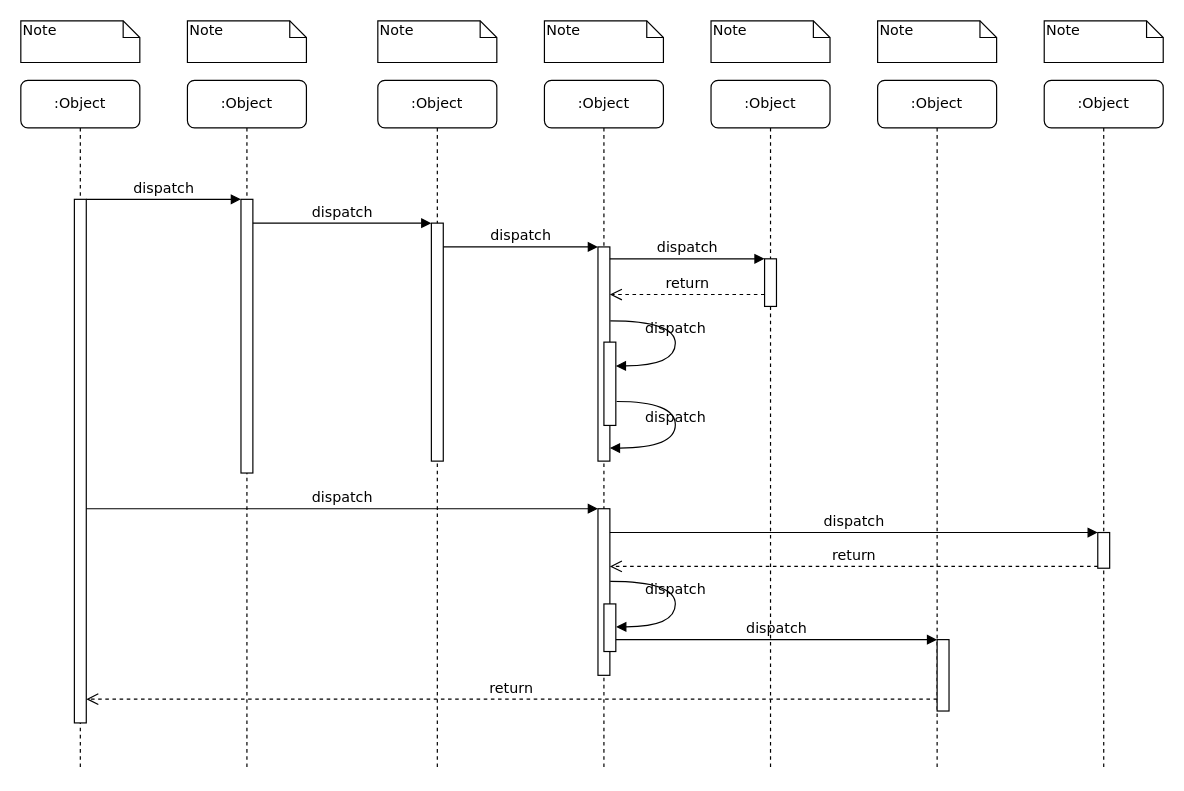
Earlier version of the draw.io diagram 交互时序图.drawio (liuhuliuhu123/First-test). Source tidied: cells renumbered, new cells numbered last; positions are measured from the earlier drawing's top-left corner, leaving out a move shared by most shapes. Both pictures are drawn from the tidied source at 119%, with x=0, y=0 at pixel (20, 20).
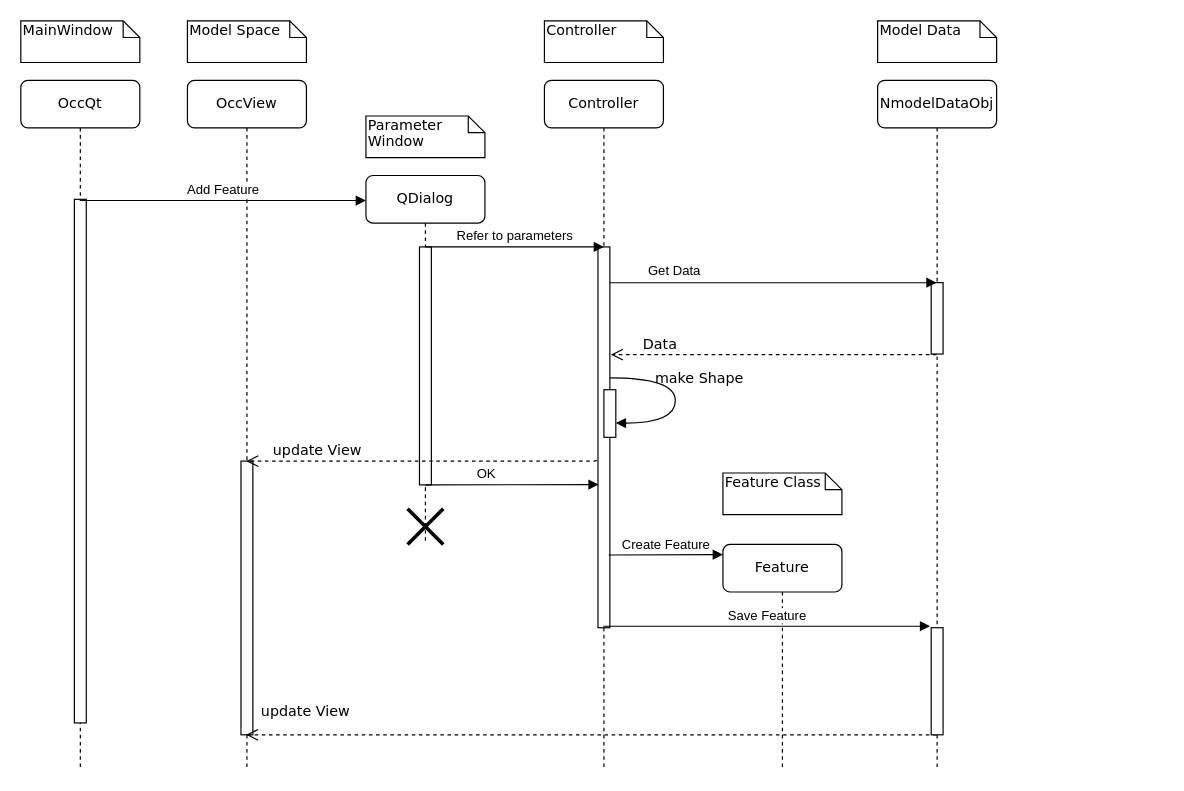
Above is the later version.

Commit message:
更新交互时序图.drawio

The change refers to these unchanged cells:
```xml
<mxCell id="11" style="html=1;points=[];perimeter=orthogonalPerimeter;rounded=0;shadow=0;comic=0;labelBackgroundColor=none;strokeWidth=1;fontFamily=Verdana;fontSize=12;align=center;" parent="10" vertex="1">
  <mxGeometry x="45" y="100" width="10" height="440" as="geometry" />
</mxCell>
```

Diff of the diagram source:
```diff
@@
-    <mxCell id="2" value=":Object" style="shape=umlLifeline;perimeter=lifelinePerimeter;whiteSpace=wrap;html=1;outlineConnect=0;rounded=1;shadow=0;comic=0;labelBackgroundColor=none;strokeWidth=1;fontFamily=Verdana;fontSize=12;align=center;" parent="1" vertex="1">
+    <mxCell id="2" value="OccView" style="shape=umlLifeline;perimeter=lifelinePerimeter;whiteSpace=wrap;html=1;outlineConnect=0;rounded=1;shadow=0;comic=0;labelBackgroundColor=none;strokeWidth=1;fontFamily=Verdana;fontSize=12;align=center;" parent="1" vertex="1">
       <mxGeometry x="140" y="50" width="100" height="580" as="geometry" />
     </mxCell>
     <mxCell id="3" style="html=1;points=[];perimeter=orthogonalPerimeter;rounded=0;shadow=0;comic=0;labelBackgroundColor=none;strokeWidth=1;fontFamily=Verdana;fontSize=12;align=center;" parent="2" vertex="1">
-      <mxGeometry x="45" y="100" width="10" height="230" as="geometry" />
+      <mxGeometry x="45" y="320" width="10" height="230" as="geometry" />
     </mxCell>
-    <mxCell id="4" value=":Object" style="shape=umlLifeline;perimeter=lifelinePerimeter;whiteSpace=wrap;html=1;rounded=1;shadow=0;comic=0;labelBackgroundColor=none;strokeWidth=1;fontFamily=Verdana;fontSize=12;align=center;" parent="1" vertex="1">
-      <mxGeometry x="300" y="50" width="100" height="580" as="geometry" />
+    <mxCell id="4" value="QDialog" style="shape=umlLifeline;perimeter=lifelinePerimeter;whiteSpace=wrap;html=1;rounded=1;shadow=0;comic=0;labelBackgroundColor=none;strokeWidth=1;fontFamily=Verdana;fontSize=12;align=center;" parent="1" vertex="1">
+      <mxGeometry x="290" y="130" width="100" height="310" as="geometry" />
     </mxCell>
     <mxCell id="5" style="html=1;points=[];perimeter=orthogonalPerimeter;rounded=0;shadow=0;comic=0;labelBackgroundColor=none;strokeWidth=1;fontFamily=Verdana;fontSize=12;align=center;" parent="4" vertex="1">
-      <mxGeometry x="45" y="120" width="10" height="200" as="geometry" />
+      <mxGeometry x="45" y="60" width="10" height="200" as="geometry" />
     </mxCell>
+    <mxCell id="24" value="update View" style="html=1;verticalAlign=bottom;endArrow=open;dashed=1;endSize=8;labelBackgroundColor=none;fontFamily=Verdana;fontSize=12;edgeStyle=elbowEdgeStyle;elbow=vertical;exitX=0.053;exitY=0.829;exitDx=0;exitDy=0;exitPerimeter=0;" parent="4" edge="1" target="2">
+      <mxGeometry x="0.65" relative="1" as="geometry">
+        <mxPoint x="200" y="200" as="sourcePoint" />
+        <Array as="points">
+          <mxPoint x="-80" y="240" />
+          <mxPoint x="184.5" y="243.9" />
+        </Array>
+      </mxGeometry>
+    </mxCell>
+    <mxCell id="39" style="shape=umlDestroy;whiteSpace=wrap;html=1;strokeWidth=3;targetShapes=umlLifeline;" parent="4" vertex="1">
+      <mxGeometry x="35" y="280" width="30" height="30" as="geometry" />
+    </mxCell>
-    <mxCell id="6" value=":Object" style="shape=umlLifeline;perimeter=lifelinePerimeter;whiteSpace=wrap;html=1;outlineConnect=0;rounded=1;shadow=0;comic=0;labelBackgroundColor=none;strokeWidth=1;fontFamily=Verdana;fontSize=12;align=center;" parent="1" vertex="1">
+    <mxCell id="6" value="Controller" style="shape=umlLifeline;perimeter=lifelinePerimeter;whiteSpace=wrap;html=1;outlineConnect=0;rounded=1;shadow=0;comic=0;labelBackgroundColor=none;strokeWidth=1;fontFamily=Verdana;fontSize=12;align=center;" parent="1" vertex="1">
       <mxGeometry x="440" y="50" width="100" height="580" as="geometry" />
     </mxCell>
+    <mxCell id="12" style="html=1;points=[];perimeter=orthogonalPerimeter;rounded=0;shadow=0;comic=0;labelBackgroundColor=none;strokeWidth=1;fontFamily=Verdana;fontSize=12;align=center;" parent="6" vertex="1">
+      <mxGeometry x="45" y="140" width="10" height="320" as="geometry" />
+    </mxCell>
+    <mxCell id="30" style="html=1;points=[];perimeter=orthogonalPerimeter;rounded=0;shadow=0;comic=0;labelBackgroundColor=none;strokeWidth=1;fontFamily=Verdana;fontSize=12;align=center;" parent="6" vertex="1">
+      <mxGeometry x="50" y="260" width="10" height="40" as="geometry" />
+    </mxCell>
+    <mxCell id="40" value="make Shape" style="html=1;verticalAlign=bottom;endArrow=block;labelBackgroundColor=none;fontFamily=Verdana;fontSize=12;elbow=vertical;edgeStyle=orthogonalEdgeStyle;curved=1;entryX=1;entryY=0.286;entryPerimeter=0;exitX=1.038;exitY=0.345;exitPerimeter=0;" parent="6" edge="1">
+      <mxGeometry x="-0.09" y="20" relative="1" as="geometry">
+        <mxPoint x="55" y="250" as="sourcePoint" />
+        <mxPoint x="60" y="288" as="targetPoint" />
+        <Array as="points">
+          <mxPoint x="110" y="250" />
+          <mxPoint x="110" y="288" />
+        </Array>
+      </mxGeometry>
+    </mxCell>
+    <mxCell id="41" value="OK" style="html=1;verticalAlign=bottom;endArrow=block;curved=0;rounded=0;entryX=0.053;entryY=0.624;entryDx=0;entryDy=0;entryPerimeter=0;" parent="6" edge="1" target="12">
+      <mxGeometry x="-0.31" relative="1" as="geometry">
+        <mxPoint x="-100" y="340" as="sourcePoint" />
+        <mxPoint x="1" as="offset" />
+      </mxGeometry>
+    </mxCell>
+    <mxCell id="42" value="update View" style="html=1;verticalAlign=bottom;endArrow=open;dashed=1;endSize=8;labelBackgroundColor=none;fontFamily=Verdana;fontSize=12;" parent="6" edge="1" source="8">
+      <mxGeometry x="0.83" y="-10" relative="1" as="geometry">
+        <mxPoint x="-250.7" y="550" as="targetPoint" />
+      </mxGeometry>
+    </mxCell>
-    <mxCell id="7" value=":Object" style="shape=umlLifeline;perimeter=lifelinePerimeter;whiteSpace=wrap;html=1;outlineConnect=0;rounded=1;shadow=0;comic=0;labelBackgroundColor=none;strokeWidth=1;fontFamily=Verdana;fontSize=12;align=center;" parent="1" vertex="1">
-      <mxGeometry x="580" y="50" width="100" height="580" as="geometry" />
+    <mxCell id="7" value="Feature" style="shape=umlLifeline;perimeter=lifelinePerimeter;whiteSpace=wrap;html=1;outlineConnect=0;rounded=1;shadow=0;comic=0;labelBackgroundColor=none;strokeWidth=1;fontFamily=Verdana;fontSize=12;align=center;" parent="1" vertex="1">
+      <mxGeometry x="590" y="440" width="100" height="190" as="geometry" />
     </mxCell>
-    <mxCell id="8" value=":Object" style="shape=umlLifeline;perimeter=lifelinePerimeter;whiteSpace=wrap;html=1;outlineConnect=0;rounded=1;shadow=0;comic=0;labelBackgroundColor=none;strokeWidth=1;fontFamily=Verdana;fontSize=12;align=center;" parent="1" vertex="1">
+    <mxCell id="8" value="NmodelDataObj" style="shape=umlLifeline;perimeter=lifelinePerimeter;whiteSpace=wrap;html=1;outlineConnect=0;rounded=1;shadow=0;comic=0;labelBackgroundColor=none;strokeWidth=1;fontFamily=Verdana;fontSize=12;align=center;" parent="1" vertex="1">
       <mxGeometry x="720" y="50" width="100" height="580" as="geometry" />
     </mxCell>
-    <mxCell id="9" value=":Object" style="shape=umlLifeline;perimeter=lifelinePerimeter;whiteSpace=wrap;html=1;rounded=1;shadow=0;comic=0;labelBackgroundColor=none;strokeWidth=1;fontFamily=Verdana;fontSize=12;align=center;" parent="1" vertex="1">
-      <mxGeometry x="860" y="50" width="100" height="580" as="geometry" />
-    </mxCell>
+    <mxCell id="22" style="html=1;points=[];perimeter=orthogonalPerimeter;rounded=0;shadow=0;comic=0;labelBackgroundColor=none;strokeWidth=1;fontFamily=Verdana;fontSize=12;align=center;" parent="8" vertex="1">
+      <mxGeometry x="45" y="170" width="10" height="60" as="geometry" />
+    </mxCell>
+    <mxCell id="43" style="html=1;points=[];perimeter=orthogonalPerimeter;rounded=0;shadow=0;comic=0;labelBackgroundColor=none;strokeWidth=1;fontFamily=Verdana;fontSize=12;align=center;" parent="8" vertex="1">
+      <mxGeometry x="45" y="460" width="10" height="90" as="geometry" />
+    </mxCell>
-    <mxCell id="10" value=":Object" style="shape=umlLifeline;perimeter=lifelinePerimeter;whiteSpace=wrap;html=1;outlineConnect=0;rounded=1;shadow=0;comic=0;labelBackgroundColor=none;strokeWidth=1;fontFamily=Verdana;fontSize=12;align=center;" parent="1" vertex="1">
+    <mxCell id="10" value="OccQt" style="shape=umlLifeline;perimeter=lifelinePerimeter;whiteSpace=wrap;html=1;outlineConnect=0;rounded=1;shadow=0;comic=0;labelBackgroundColor=none;strokeWidth=1;fontFamily=Verdana;fontSize=12;align=center;" parent="1" vertex="1">
       <mxGeometry y="50" width="100" height="580" as="geometry" />
     </mxCell>
@@
-    <mxCell id="12" style="html=1;points=[];perimeter=orthogonalPerimeter;rounded=0;shadow=0;comic=0;labelBackgroundColor=none;strokeWidth=1;fontFamily=Verdana;fontSize=12;align=center;" parent="1" vertex="1">
-      <mxGeometry x="485" y="190" width="10" height="180" as="geometry" />
-    </mxCell>
-    <mxCell id="13" value="dispatch" style="html=1;verticalAlign=bottom;endArrow=block;labelBackgroundColor=none;fontFamily=Verdana;fontSize=12;edgeStyle=elbowEdgeStyle;elbow=vertical;" parent="1" edge="1" source="5" target="12">
-      <mxGeometry relative="1" as="geometry">
-        <Array as="points">
-          <mxPoint x="360" y="190" />
-        </Array>
-      </mxGeometry>
-    </mxCell>
-    <mxCell id="14" style="html=1;points=[];perimeter=orthogonalPerimeter;rounded=0;shadow=0;comic=0;labelBackgroundColor=none;strokeWidth=1;fontFamily=Verdana;fontSize=12;align=center;" parent="1" vertex="1">
-      <mxGeometry x="625" y="200" width="10" height="40" as="geometry" />
-    </mxCell>
-    <mxCell id="15" value="dispatch" style="html=1;verticalAlign=bottom;endArrow=block;entryX=0;entryY=0;labelBackgroundColor=none;fontFamily=Verdana;fontSize=12;edgeStyle=elbowEdgeStyle;elbow=vertical;" parent="1" edge="1" source="12" target="14">
-      <mxGeometry relative="1" as="geometry" />
-    </mxCell>
-    <mxCell id="16" value="return" style="html=1;verticalAlign=bottom;endArrow=open;dashed=1;endSize=8;labelBackgroundColor=none;fontFamily=Verdana;fontSize=12;edgeStyle=elbowEdgeStyle;elbow=vertical;" parent="1" edge="1" source="14" target="12">
-      <mxGeometry relative="1" as="geometry">
-        <Array as="points">
-          <mxPoint x="570" y="230" />
-          <mxPoint x="600" y="230" />
-        </Array>
-      </mxGeometry>
-    </mxCell>
-    <mxCell id="17" style="html=1;points=[];perimeter=orthogonalPerimeter;rounded=0;shadow=0;comic=0;labelBackgroundColor=none;strokeWidth=1;fontFamily=Verdana;fontSize=12;align=center;" parent="1" vertex="1">
-      <mxGeometry x="485" y="410" width="10" height="140" as="geometry" />
-    </mxCell>
-    <mxCell id="18" value="dispatch" style="html=1;verticalAlign=bottom;endArrow=block;entryX=0;entryY=0;labelBackgroundColor=none;fontFamily=Verdana;fontSize=12;" parent="1" edge="1" source="11" target="17">
-      <mxGeometry relative="1" as="geometry" />
-    </mxCell>
-    <mxCell id="19" style="html=1;points=[];perimeter=orthogonalPerimeter;rounded=0;shadow=0;comic=0;labelBackgroundColor=none;strokeColor=#000000;strokeWidth=1;fillColor=#FFFFFF;fontFamily=Verdana;fontSize=12;fontColor=#000000;align=center;" parent="1" vertex="1">
-      <mxGeometry x="905" y="430" width="10" height="30" as="geometry" />
-    </mxCell>
-    <mxCell id="20" value="dispatch" style="html=1;verticalAlign=bottom;endArrow=block;entryX=0;entryY=0;labelBackgroundColor=none;fontFamily=Verdana;fontSize=12;" parent="1" edge="1" source="17" target="19">
-      <mxGeometry relative="1" as="geometry" />
-    </mxCell>
-    <mxCell id="21" value="return" style="html=1;verticalAlign=bottom;endArrow=open;dashed=1;endSize=8;exitX=0;exitY=0.95;labelBackgroundColor=none;fontFamily=Verdana;fontSize=12;" parent="1" edge="1" source="19" target="17">
-      <mxGeometry relative="1" as="geometry" />
-    </mxCell>
-    <mxCell id="22" style="html=1;points=[];perimeter=orthogonalPerimeter;rounded=0;shadow=0;comic=0;labelBackgroundColor=none;strokeWidth=1;fontFamily=Verdana;fontSize=12;align=center;" parent="1" vertex="1">
-      <mxGeometry x="770" y="520" width="10" height="60" as="geometry" />
-    </mxCell>
-    <mxCell id="23" value="dispatch" style="html=1;verticalAlign=bottom;endArrow=block;entryX=0;entryY=0;labelBackgroundColor=none;fontFamily=Verdana;fontSize=12;edgeStyle=elbowEdgeStyle;elbow=vertical;" parent="1" edge="1" source="30" target="22">
-      <mxGeometry relative="1" as="geometry" />
-    </mxCell>
-    <mxCell id="24" value="return" style="html=1;verticalAlign=bottom;endArrow=open;dashed=1;endSize=8;labelBackgroundColor=none;fontFamily=Verdana;fontSize=12;edgeStyle=elbowEdgeStyle;elbow=vertical;" parent="1" edge="1" source="22" target="11">
-      <mxGeometry relative="1" as="geometry">
-        <Array as="points">
-          <mxPoint x="470" y="570" />
-        </Array>
-      </mxGeometry>
-    </mxCell>
-    <mxCell id="25" value="dispatch" style="html=1;verticalAlign=bottom;endArrow=block;entryX=0;entryY=0;labelBackgroundColor=none;fontFamily=Verdana;fontSize=12;edgeStyle=elbowEdgeStyle;elbow=vertical;" parent="1" edge="1" source="11" target="3">
-      <mxGeometry relative="1" as="geometry" />
-    </mxCell>
-    <mxCell id="26" value="dispatch" style="html=1;verticalAlign=bottom;endArrow=block;entryX=0;entryY=0;labelBackgroundColor=none;fontFamily=Verdana;fontSize=12;edgeStyle=elbowEdgeStyle;elbow=vertical;" parent="1" edge="1" source="3" target="5">
-      <mxGeometry relative="1" as="geometry" />
-    </mxCell>
-    <mxCell id="27" style="html=1;points=[];perimeter=orthogonalPerimeter;rounded=0;shadow=0;comic=0;labelBackgroundColor=none;strokeWidth=1;fontFamily=Verdana;fontSize=12;align=center;" parent="1" vertex="1">
-      <mxGeometry x="490" y="270" width="10" height="70" as="geometry" />
-    </mxCell>
-    <mxCell id="28" value="dispatch" style="html=1;verticalAlign=bottom;endArrow=block;labelBackgroundColor=none;fontFamily=Verdana;fontSize=12;elbow=vertical;edgeStyle=orthogonalEdgeStyle;curved=1;entryX=1;entryY=0.286;entryPerimeter=0;exitX=1.038;exitY=0.345;exitPerimeter=0;" parent="1" edge="1" source="12" target="27">
-      <mxGeometry relative="1" as="geometry">
-        <Array as="points">
-          <mxPoint x="550" y="252" />
-          <mxPoint x="550" y="290" />
-        </Array>
-      </mxGeometry>
-    </mxCell>
-    <mxCell id="29" value="dispatch" style="html=1;verticalAlign=bottom;endArrow=block;labelBackgroundColor=none;fontFamily=Verdana;fontSize=12;elbow=vertical;edgeStyle=orthogonalEdgeStyle;curved=1;exitX=1.066;exitY=0.713;exitPerimeter=0;" parent="1" edge="1" source="27">
-      <mxGeometry relative="1" as="geometry">
-        <mxPoint x="495" y="359" as="targetPoint" />
-        <Array as="points">
-          <mxPoint x="550" y="320" />
-          <mxPoint x="550" y="359" />
-        </Array>
-      </mxGeometry>
-    </mxCell>
-    <mxCell id="30" style="html=1;points=[];perimeter=orthogonalPerimeter;rounded=0;shadow=0;comic=0;labelBackgroundColor=none;strokeWidth=1;fontFamily=Verdana;fontSize=12;align=center;" parent="1" vertex="1">
-      <mxGeometry x="490" y="490" width="10" height="40" as="geometry" />
-    </mxCell>
-    <mxCell id="31" value="dispatch" style="html=1;verticalAlign=bottom;endArrow=block;labelBackgroundColor=none;fontFamily=Verdana;fontSize=12;elbow=vertical;edgeStyle=orthogonalEdgeStyle;curved=1;entryX=1;entryY=0.286;entryPerimeter=0;exitX=1.038;exitY=0.345;exitPerimeter=0;" parent="1" edge="1">
-      <mxGeometry relative="1" as="geometry">
-        <mxPoint x="495.3" y="471" as="sourcePoint" />
-        <mxPoint x="500.3" y="509.3" as="targetPoint" />
-        <Array as="points">
-          <mxPoint x="550" y="471" />
-          <mxPoint x="550" y="509" />
-        </Array>
-      </mxGeometry>
-    </mxCell>
-    <mxCell id="32" value="Note" style="shape=note;whiteSpace=wrap;html=1;size=14;verticalAlign=top;align=left;spacingTop=-6;rounded=0;shadow=0;comic=0;labelBackgroundColor=none;strokeWidth=1;fontFamily=Verdana;fontSize=12;" parent="1" vertex="1">
+    <mxCell id="32" value="MainWindow" style="shape=note;whiteSpace=wrap;html=1;size=14;verticalAlign=top;align=left;spacingTop=-6;rounded=0;shadow=0;comic=0;labelBackgroundColor=none;strokeWidth=1;fontFamily=Verdana;fontSize=12;" parent="1" vertex="1">
       <mxGeometry width="100" height="35" as="geometry" />
     </mxCell>
-    <mxCell id="33" value="Note" style="shape=note;whiteSpace=wrap;html=1;size=14;verticalAlign=top;align=left;spacingTop=-6;rounded=0;shadow=0;comic=0;labelBackgroundColor=none;strokeWidth=1;fontFamily=Verdana;fontSize=12;" parent="1" vertex="1">
+    <mxCell id="33" value="Model Space" style="shape=note;whiteSpace=wrap;html=1;size=14;verticalAlign=top;align=left;spacingTop=-6;rounded=0;shadow=0;comic=0;labelBackgroundColor=none;strokeWidth=1;fontFamily=Verdana;fontSize=12;" parent="1" vertex="1">
       <mxGeometry x="140" width="100" height="35" as="geometry" />
     </mxCell>
-    <mxCell id="34" value="Note" style="shape=note;whiteSpace=wrap;html=1;size=14;verticalAlign=top;align=left;spacingTop=-6;rounded=0;shadow=0;comic=0;labelBackgroundColor=none;strokeWidth=1;fontFamily=Verdana;fontSize=12;" parent="1" vertex="1">
-      <mxGeometry x="300" width="100" height="35" as="geometry" />
+    <mxCell id="34" value="Parameter&amp;nbsp; Window" style="shape=note;whiteSpace=wrap;html=1;size=14;verticalAlign=top;align=left;spacingTop=-6;rounded=0;shadow=0;comic=0;labelBackgroundColor=none;strokeWidth=1;fontFamily=Verdana;fontSize=12;" parent="1" vertex="1">
+      <mxGeometry x="290" y="80" width="100" height="35" as="geometry" />
     </mxCell>
-    <mxCell id="35" value="Note" style="shape=note;whiteSpace=wrap;html=1;size=14;verticalAlign=top;align=left;spacingTop=-6;rounded=0;shadow=0;comic=0;labelBackgroundColor=none;strokeWidth=1;fontFamily=Verdana;fontSize=12;" parent="1" vertex="1">
+    <mxCell id="35" value="Controller" style="shape=note;whiteSpace=wrap;html=1;size=14;verticalAlign=top;align=left;spacingTop=-6;rounded=0;shadow=0;comic=0;labelBackgroundColor=none;strokeWidth=1;fontFamily=Verdana;fontSize=12;" parent="1" vertex="1">
       <mxGeometry x="440" width="100" height="35" as="geometry" />
     </mxCell>
-    <mxCell id="36" value="Note" style="shape=note;whiteSpace=wrap;html=1;size=14;verticalAlign=top;align=left;spacingTop=-6;rounded=0;shadow=0;comic=0;labelBackgroundColor=none;strokeWidth=1;fontFamily=Verdana;fontSize=12;" parent="1" vertex="1">
-      <mxGeometry x="580" width="100" height="35" as="geometry" />
+    <mxCell id="36" value="Feature Class" style="shape=note;whiteSpace=wrap;html=1;size=14;verticalAlign=top;align=left;spacingTop=-6;rounded=0;shadow=0;comic=0;labelBackgroundColor=none;strokeWidth=1;fontFamily=Verdana;fontSize=12;" parent="1" vertex="1">
+      <mxGeometry x="590" y="380" width="100" height="35" as="geometry" />
     </mxCell>
-    <mxCell id="37" value="Note" style="shape=note;whiteSpace=wrap;html=1;size=14;verticalAlign=top;align=left;spacingTop=-6;rounded=0;shadow=0;comic=0;labelBackgroundColor=none;strokeWidth=1;fontFamily=Verdana;fontSize=12;" parent="1" vertex="1">
+    <mxCell id="37" value="Model Data" style="shape=note;whiteSpace=wrap;html=1;size=14;verticalAlign=top;align=left;spacingTop=-6;rounded=0;shadow=0;comic=0;labelBackgroundColor=none;strokeWidth=1;fontFamily=Verdana;fontSize=12;" parent="1" vertex="1">
       <mxGeometry x="720" width="100" height="35" as="geometry" />
     </mxCell>
-    <mxCell id="38" value="Note" style="shape=note;whiteSpace=wrap;html=1;size=14;verticalAlign=top;align=left;spacingTop=-6;rounded=0;shadow=0;comic=0;labelBackgroundColor=none;strokeWidth=1;fontFamily=Verdana;fontSize=12;" parent="1" vertex="1">
-      <mxGeometry x="860" width="100" height="35" as="geometry" />
-    </mxCell>
+    <mxCell id="44" value="Add Feature" style="html=1;verticalAlign=bottom;endArrow=block;curved=0;rounded=0;" parent="1" edge="1" source="10">
+      <mxGeometry relative="1" as="geometry">
+        <mxPoint x="290" y="151" as="targetPoint" />
+      </mxGeometry>
+    </mxCell>
+    <mxCell id="45" value="Refer to parameters" style="html=1;verticalAlign=bottom;endArrow=block;curved=0;rounded=0;" parent="1" edge="1">
+      <mxGeometry relative="1" as="geometry">
+        <mxPoint x="339.8" y="190" as="sourcePoint" />
+        <mxPoint x="490" y="190" as="targetPoint" />
+        <Array as="points">
+          <mxPoint x="370.5" y="190" />
+        </Array>
+      </mxGeometry>
+    </mxCell>
+    <mxCell id="46" value="Get Data" style="html=1;verticalAlign=bottom;endArrow=block;curved=0;rounded=0;exitX=0.994;exitY=0.094;exitDx=0;exitDy=0;exitPerimeter=0;" parent="1" edge="1" source="12" target="8">
+      <mxGeometry x="-0.61" y="1" relative="1" as="geometry" />
+    </mxCell>
+    <mxCell id="47" value="Data" style="html=1;verticalAlign=bottom;endArrow=open;dashed=1;endSize=8;labelBackgroundColor=none;fontFamily=Verdana;fontSize=12;entryX=1.088;entryY=0.283;entryDx=0;entryDy=0;entryPerimeter=0;" parent="1" edge="1" source="8" target="12">
+      <mxGeometry x="0.7" relative="1" as="geometry" />
+    </mxCell>
+    <mxCell id="48" value="Create Feature" style="html=1;verticalAlign=bottom;endArrow=block;curved=0;rounded=0;exitX=0.9;exitY=0.809;exitDx=0;exitDy=0;exitPerimeter=0;entryX=0;entryY=0.045;entryDx=0;entryDy=0;entryPerimeter=0;" parent="1" edge="1" source="12" target="7">
+      <mxGeometry relative="1" as="geometry" />
+    </mxCell>
+    <mxCell id="49" value="Save Feature" style="html=1;verticalAlign=bottom;endArrow=block;curved=0;rounded=0;entryX=-0.088;entryY=-0.014;entryDx=0;entryDy=0;entryPerimeter=0;" parent="1" edge="1" source="6" target="43">
+      <mxGeometry relative="1" as="geometry" />
+    </mxCell>
```
